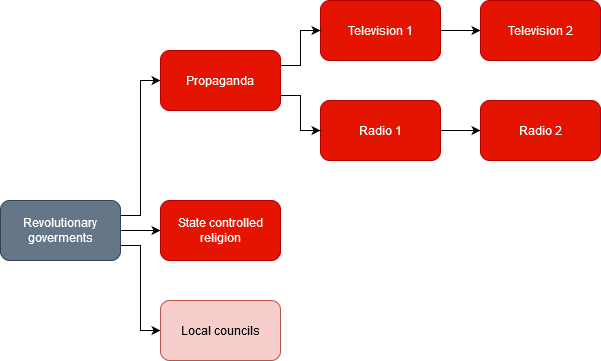
Earlier version of the draw.io export resources/goverment.png (cit1zen/workers-and-resources-community-tech-tree). Source tidied: cells renumbered, new cells last; positions are measured from the earlier drawing's top-left corner, leaving out a move shared by most shapes.
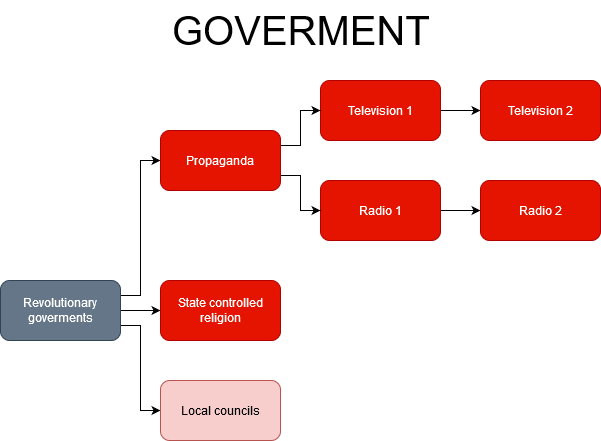
Above is the later version.

The edit, as a diff of the source:
```diff
@@ -47,5 +47,8 @@
     <mxCell id="16" value="Local councils" style="rounded=1;whiteSpace=wrap;html=1;fillColor=#f8cecc;strokeColor=#b85450;" parent="1" vertex="1">
       <mxGeometry x="160" y="300" width="120" height="60" as="geometry" />
     </mxCell>
+    <mxCell id="17" value="&lt;font style=&quot;font-size: 40px&quot;&gt;GOVERMENT&lt;/font&gt;" style="text;whiteSpace=wrap;html=1;" parent="1" vertex="1">
+      <mxGeometry x="170" y="-80" width="190" height="40" as="geometry" />
+    </mxCell>
   </root>
 </mxGraphModel>
```
